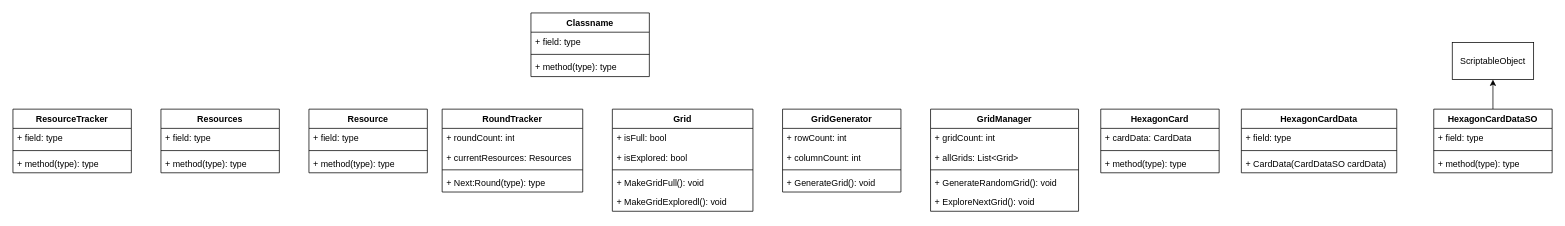
Before: ClassDiagram.drawio in Berkay1119/TerraformForSirius, a draw.io diagram. Source tidied: cells renumbered, new cells numbered last; positions are measured from the earlier drawing's top-left corner, leaving out a move shared by most shapes. Both pictures are drawn from the tidied source at 74%, with x=0, y=0 at pixel (13, 13).
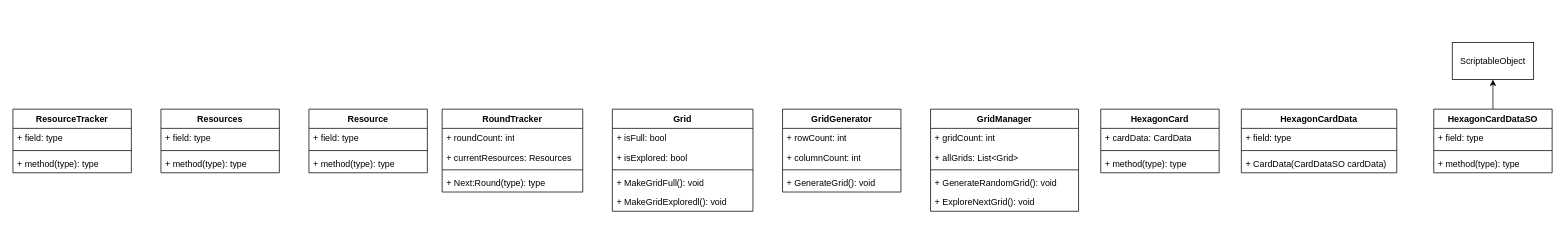
The same page after the edit.

What changed in the source:
```diff
@@
-    <mxCell id="50" value="Classname" style="swimlane;fontStyle=1;align=center;verticalAlign=top;horizontal=1;startSize=26;whiteSpace=wrap;html=1;" parent="1" vertex="1">
-      <mxGeometry x="700" width="160" height="86" as="geometry" />
-    </mxCell>
-    <mxCell id="51" value="+ field: type" style="text;strokeColor=none;fillColor=none;align=left;verticalAlign=top;spacingLeft=4;spacingRight=4;overflow=hidden;whiteSpace=wrap;html=1;" parent="50" vertex="1">
-      <mxGeometry y="26" width="160" height="26" as="geometry" />
-    </mxCell>
-    <mxCell id="52" style="line;strokeWidth=1;fillColor=none;align=left;verticalAlign=middle;spacingTop=-1;spacingLeft=3;spacingRight=3;labelPosition=right;strokeColor=inherit;" parent="50" vertex="1">
-      <mxGeometry y="52" width="160" height="8" as="geometry" />
-    </mxCell>
-    <mxCell id="53" value="+ method(type): type" style="text;strokeColor=none;fillColor=none;align=left;verticalAlign=top;spacingLeft=4;spacingRight=4;overflow=hidden;whiteSpace=wrap;html=1;" parent="50" vertex="1">
-      <mxGeometry y="60" width="160" height="26" as="geometry" />
-    </mxCell>
```
